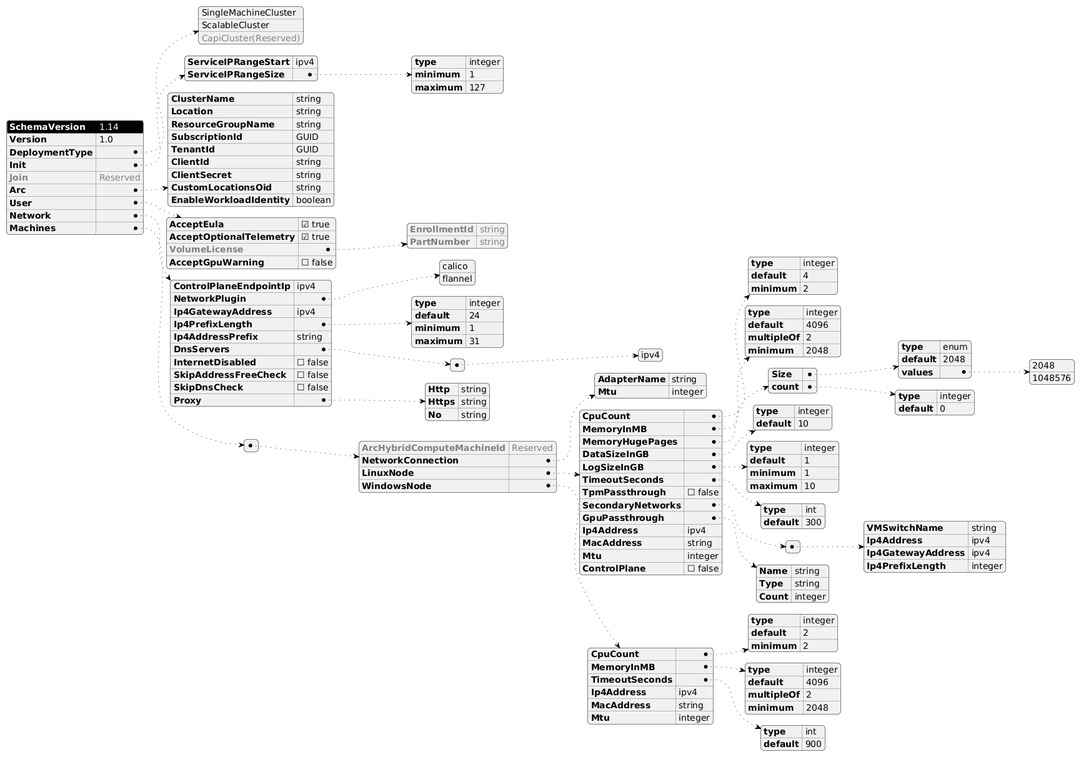
Azure/AKS-Edge keeps this PlantUML diagram as tools/modules/AksEdgeDeploy/AksEdgeSchema.png. Above is the earlier version.
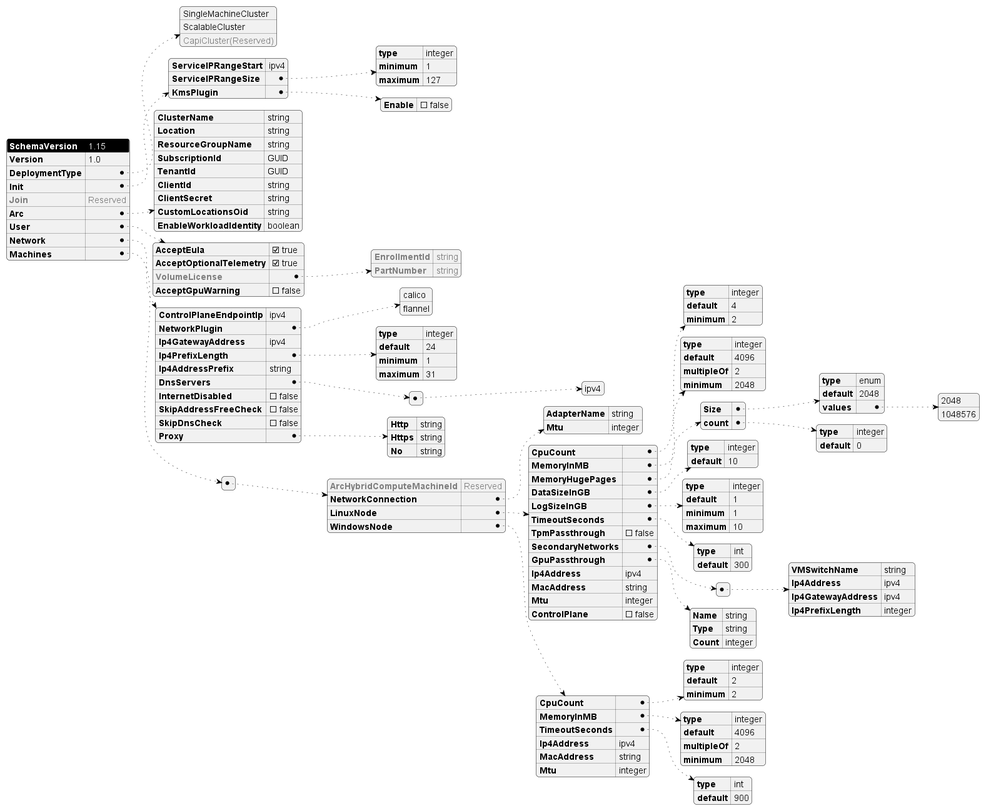
The same diagram one commit later.

Diff of the diagram source:
```diff
@@ -21,7 +21,7 @@
 </style>
 #highlight "SchemaVersion"
 {
-    "SchemaVersion": "1.14",
+    "SchemaVersion": "1.15",
     "Version": "1.0",
     "DeploymentType": [
             "SingleMachineCluster",
@@ -34,6 +34,9 @@
             "type": "integer",
             "minimum" : 1,
             "maximum" : 127
+        },
+        "KmsPlugin": {
+            "Enable": false
         }
     },
     "<color:gray>Join":"<color:gray>Reserved",
```
